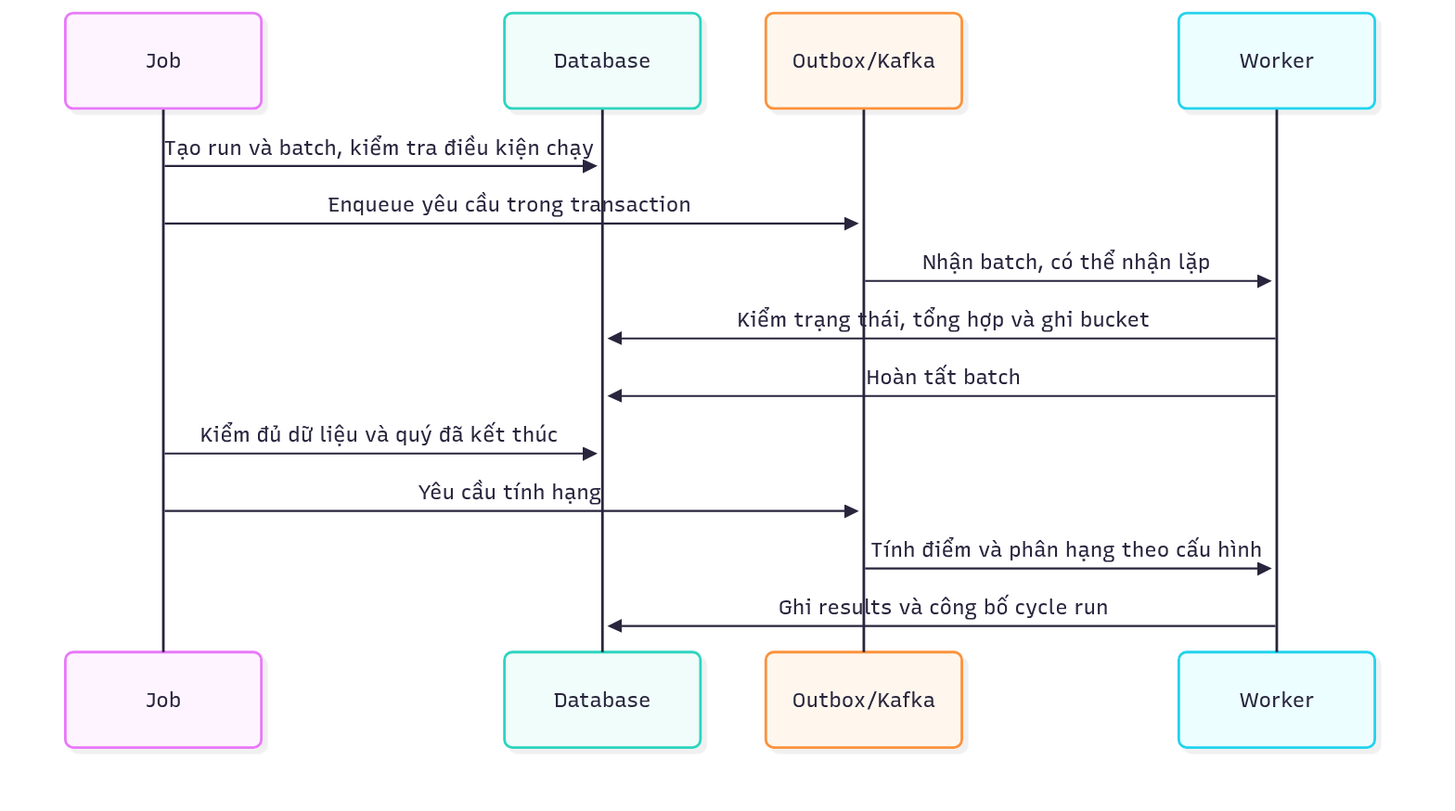
huynv-xyz/vhm-tdd keeps this Mermaid diagram as cobroker/diagrams/cobroker-07.png. Above is the earlier version. Its source is kept beside it as cobroker/diagrams/cobroker-07.mmd.
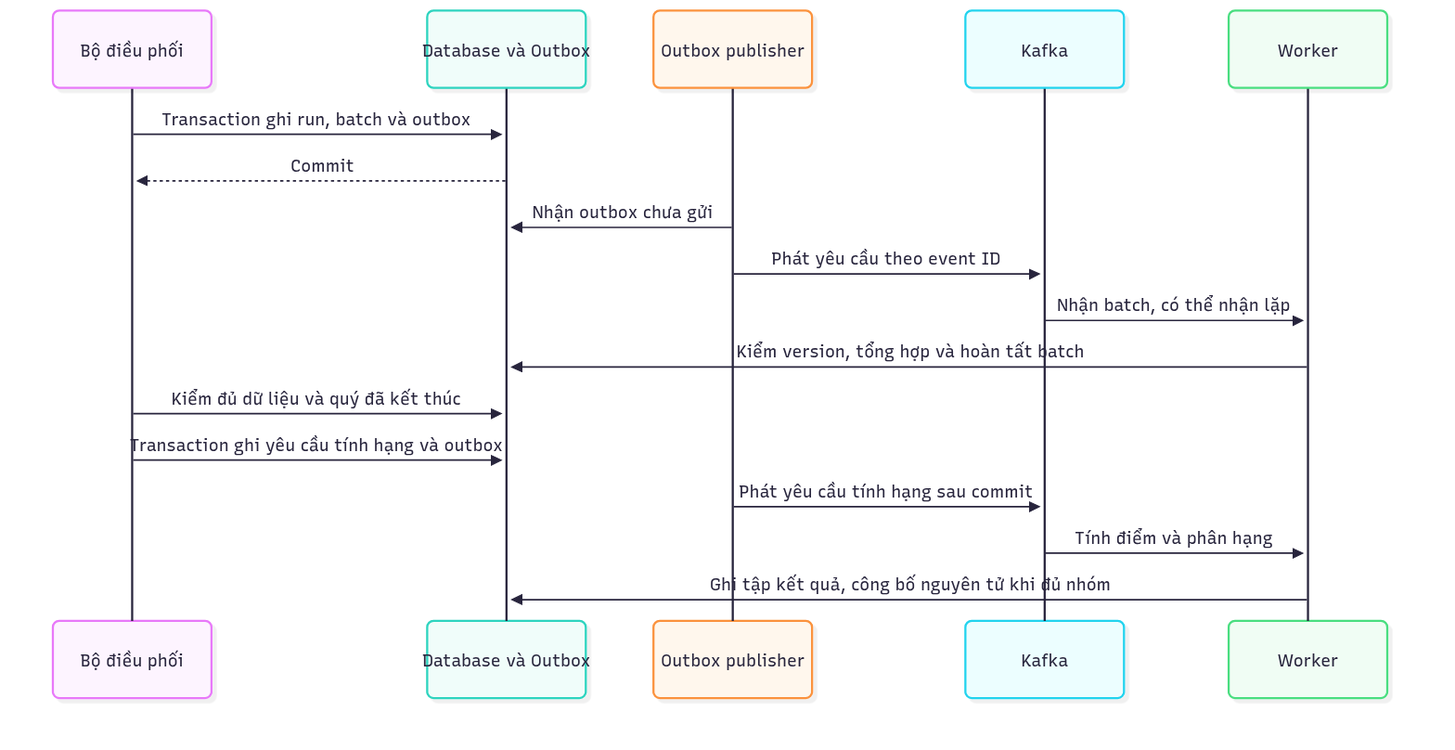
After the change.

Diff of the diagram source:
```diff
@@ -1,14 +1,17 @@
 sequenceDiagram
-    participant J as Job
-    participant D as Database
-    participant K as Outbox/Kafka
+    participant J as Bộ điều phối
+    participant D as Database và Outbox
+    participant P as Outbox publisher
+    participant K as Kafka
     participant W as Worker
-    J->>D: Tạo run và batch, kiểm tra điều kiện chạy
-    J->>K: Enqueue yêu cầu trong transaction
+    J->>D: Transaction ghi run, batch và outbox
+    D-->>J: Commit
+    P->>D: Nhận outbox chưa gửi
+    P->>K: Phát yêu cầu theo event ID
     K->>W: Nhận batch, có thể nhận lặp
-    W->>D: Kiểm trạng thái, tổng hợp và ghi bucket
-    W->>D: Hoàn tất batch
+    W->>D: Kiểm version, tổng hợp và hoàn tất batch
     J->>D: Kiểm đủ dữ liệu và quý đã kết thúc
-    J->>K: Yêu cầu tính hạng
-    K->>W: Tính điểm và phân hạng theo cấu hình
-    W->>D: Ghi results và công bố cycle run
+    J->>D: Transaction ghi yêu cầu tính hạng và outbox
+    P->>K: Phát yêu cầu tính hạng sau commit
+    K->>W: Tính điểm và phân hạng
+    W->>D: Ghi tập kết quả, công bố nguyên tử khi đủ nhóm
```
